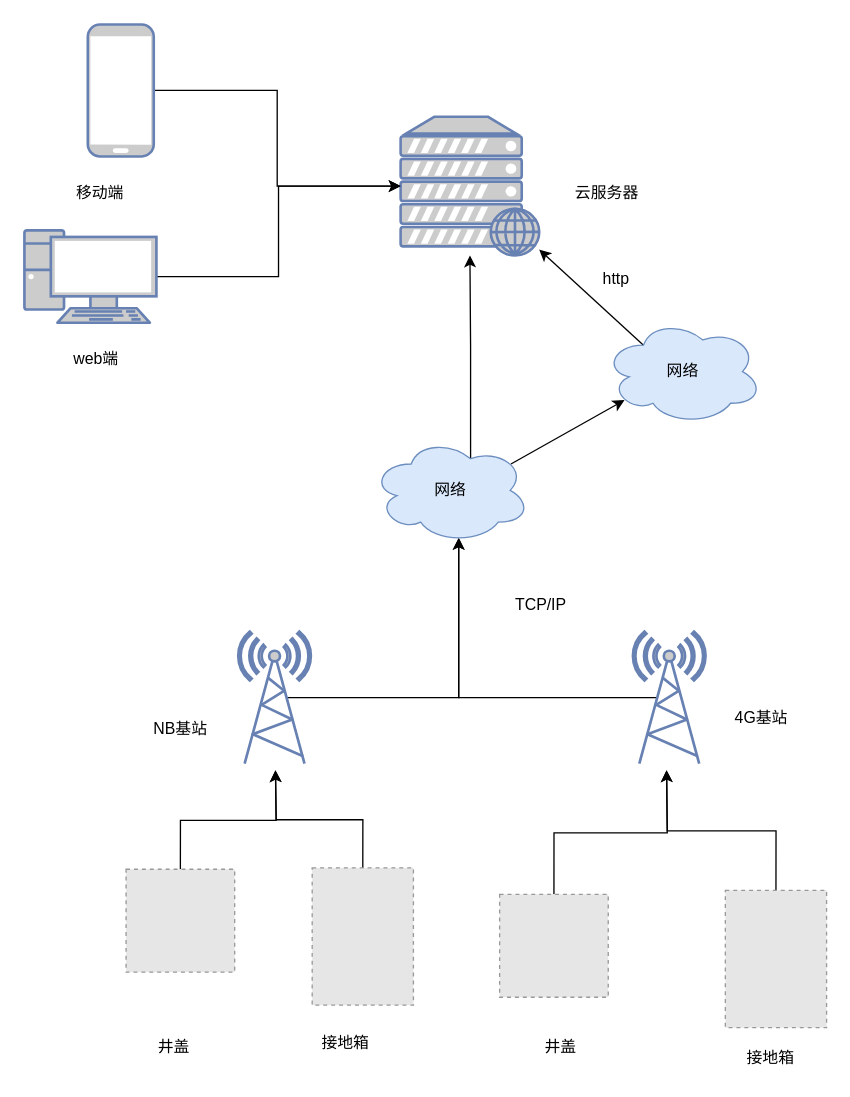
Above: page "拓扑图" (2 of 3) of 模块.drawio in viking-wj/software (draw.io), before the change. Source tidied: cells renumbered, new cells numbered last; positions are measured from the earlier drawing's top-left corner, leaving out a move shared by most shapes. Both pictures are drawn from the tidied source at 132%, with x=0, y=0 at pixel (24, 24). Pictures stored in the file or linked from it are replaced by grey dashed boxes.
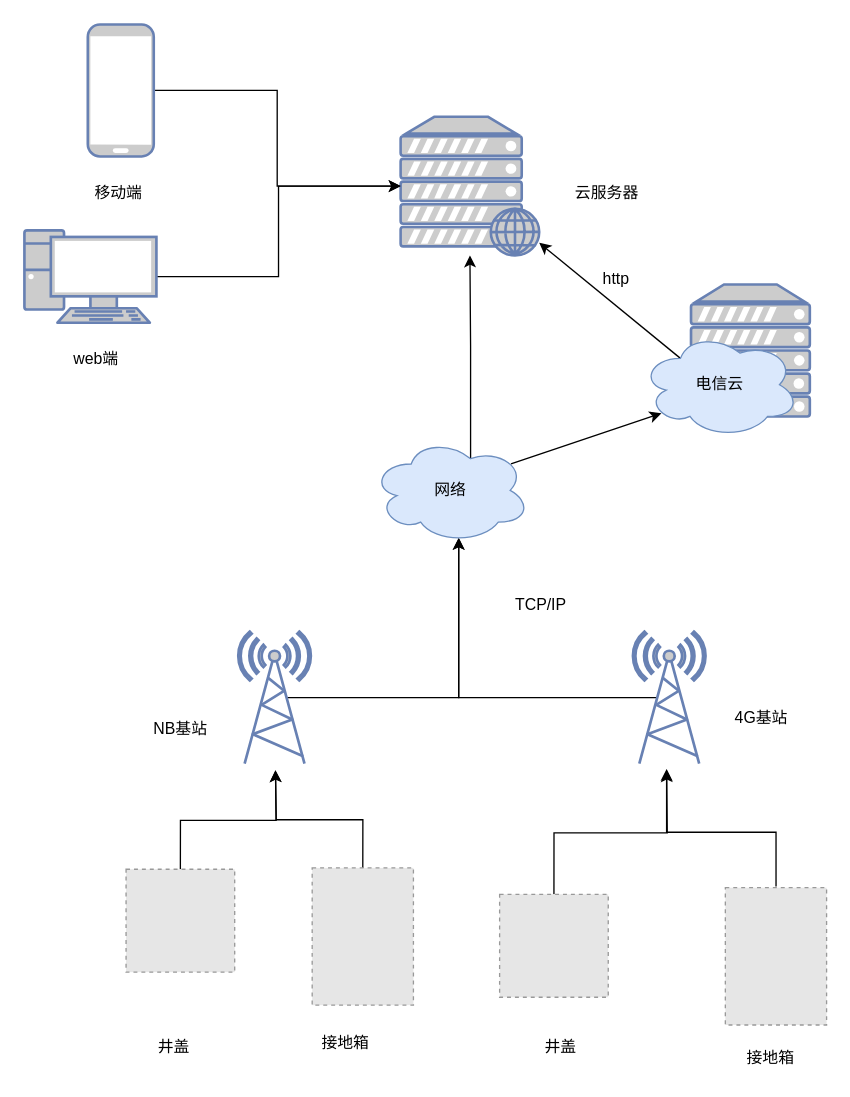
After the change.

What changed in the source:
```diff
@@
-    <mxCell id="9" style="edgeStyle=orthogonalEdgeStyle;rounded=0;jettySize=auto;html=1;exitX=0.5;exitY=0;exitDx=0;exitDy=0;entryX=0.5;entryY=1;entryDx=0;entryDy=0;" parent="1" edge="1" source="10">
+    <mxCell id="9" style="edgeStyle=orthogonalEdgeStyle;rounded=0;orthogonalLoop=1;jettySize=auto;html=1;exitX=0.5;exitY=0;exitDx=0;exitDy=0;entryX=0.5;entryY=1;entryDx=0;entryDy=0;" parent="1" edge="1">
       <mxGeometry relative="1" as="geometry">
-        <mxPoint x="486.5" y="565" as="targetPoint" />
+        <mxPoint x="569.4" y="653" as="sourcePoint" />
+        <mxPoint x="486.5" y="564" as="targetPoint" />
+        <Array as="points">
+          <mxPoint x="569" y="612" />
+          <mxPoint x="487" y="612" />
+        </Array>
       </mxGeometry>
     </mxCell>
     <mxCell id="10" style="fillColor=#E6E6E6;strokeColor=#999999;dashed=1;verticalLabelPosition=bottom;labelBackgroundColor=default;verticalAlign=top;" parent="1" vertex="1">
-      <mxGeometry x="531" y="656" width="76.7" height="104" as="geometry" />
+      <mxGeometry x="531" y="654" width="76.7" height="104" as="geometry" />
     </mxCell>
@@
     <mxCell id="28" value="移动端" style="text;html=1;align=center;verticalAlign=middle;strokeColor=none;fillColor=none;" parent="1" vertex="1">
-      <mxGeometry x="30" y="115" width="54" height="26" as="geometry" />
+      <mxGeometry x="44" y="115" width="54" height="26" as="geometry" />
     </mxCell>
@@
+    <mxCell id="34" value="http" style="text;html=1;align=center;verticalAlign=middle;strokeColor=none;fillColor=none;" parent="1" vertex="1">
+      <mxGeometry x="429" y="180" width="38" height="26" as="geometry" />
+    </mxCell>
+    <mxCell id="35" style="fontColor=#0066CC;verticalAlign=top;verticalLabelPosition=bottom;labelPosition=center;align=center;html=1;fillColor=#CCCCCC;strokeColor=#6881B3;gradientColor=none;gradientDirection=north;strokeWidth=2;shape=mxgraph.networks.server;" parent="1" vertex="1">
+      <mxGeometry x="505" y="197" width="90" height="100" as="geometry" />
+    </mxCell>
-    <mxCell id="33" value="网络" style="ellipse;shape=cloud;whiteSpace=wrap;html=1;fillColor=#dae8fc;strokeColor=#6c8ebf;" parent="1" vertex="1">
-      <mxGeometry x="439" y="223" width="120" height="80" as="geometry" />
+    <mxCell id="33" value="电信云" style="ellipse;shape=cloud;whiteSpace=wrap;html=1;fillColor=#dae8fc;strokeColor=#6c8ebf;" parent="1" vertex="1">
+      <mxGeometry x="467" y="233" width="120" height="80" as="geometry" />
     </mxCell>
-    <mxCell id="34" value="http" style="text;html=1;align=center;verticalAlign=middle;strokeColor=none;fillColor=none;" parent="1" vertex="1">
-      <mxGeometry x="429" y="180" width="38" height="26" as="geometry" />
-    </mxCell>
```
